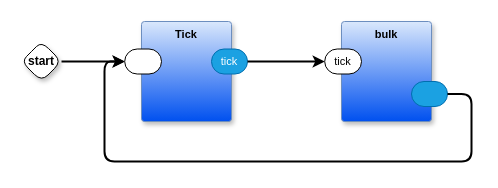
Above: page "main" (1 of 2) of larsen/scanner3/scanner3.drawio in guitarvydas/pong1d (draw.io), before the change. Source tidied: cells renumbered, new cells numbered last; positions are measured from the earlier drawing's top-left corner, leaving out a move shared by most shapes. Both pictures are drawn from the tidied source at 100%, with x=0, y=0 at pixel (21, 21).
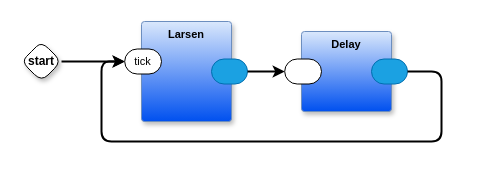
After the change.

Diff of the diagram source:
```diff
@@
 <mxGraphModel>
   <root>
     <mxCell id="0" />
     <mxCell id="1" parent="0" />
-    <mxCell id="2" style="edgeStyle=orthogonalEdgeStyle;rounded=1;jettySize=auto;html=1;exitX=1;exitY=0.5;exitDx=0;exitDy=0;exitPerimeter=0;strokeWidth=2;curved=0;" parent="1" edge="1" source="3" target="5">
+    <mxCell id="2" style="edgeStyle=orthogonalEdgeStyle;rounded=1;jettySize=auto;html=1;exitX=1;exitY=0.5;exitDx=0;exitDy=0;exitPerimeter=0;strokeWidth=2;curved=0;entryX=0;entryY=0.5;entryDx=0;entryDy=0;entryPerimeter=0;" parent="1" edge="1" source="3" target="8">
       <mxGeometry relative="1" as="geometry" />
     </mxCell>
     <mxCell id="3" value="start" style="rhombus;whiteSpace=wrap;html=1;rounded=1;fontStyle=1;glass=0;sketch=0;fontSize=12;points=[[0,0.5,0,0,0],[0.5,0,0,0,0],[0.5,1,0,0,0],[1,0.5,0,0,0]];shadow=1;fontFamily=Helvetica;fontColor=default;" parent="1" vertex="1">
       <mxGeometry y="20" width="40" height="40" as="geometry" />
     </mxCell>
-    <mxCell id="4" value="Tick" style="rounded=1;whiteSpace=wrap;html=1;verticalAlign=top;arcSize=6;fontStyle=1;absoluteArcSize=1;shadow=1;strokeColor=#6c8ebf;fillColor=#dae8fc;fontFamily=Helvetica;fontSize=11;gradientColor=#0050EF;fontColor=default;" parent="1" vertex="1">
-      <mxGeometry x="120" width="90" height="100" as="geometry" />
+    <mxCell id="4" value="Delay" style="rounded=1;whiteSpace=wrap;html=1;verticalAlign=top;arcSize=6;fontStyle=1;absoluteArcSize=1;shadow=1;strokeColor=#6c8ebf;fillColor=#dae8fc;fontFamily=Helvetica;fontSize=11;gradientColor=#0050EF;fontColor=default;" parent="1" vertex="1">
+      <mxGeometry x="280" y="10" width="90" height="80" as="geometry" />
     </mxCell>
     <mxCell id="5" style="rounded=1;whiteSpace=wrap;html=1;sketch=0;points=[[0,0.5,0,0,0],[1,0.5,0,0,0]];arcSize=50;fontFamily=Helvetica;fontSize=11;fontColor=default;" parent="4" vertex="1">
       <mxGeometry x="-16.8" y="27.5" width="36.8" height="25" as="geometry" />
     </mxCell>
-    <mxCell id="6" value="tick" style="rounded=1;whiteSpace=wrap;html=1;sketch=0;points=[[0,0.5,0,0,0],[1,0.5,0,0,0]];fillColor=#1ba1e2;fontColor=#ffffff;strokeColor=#006EAF;arcSize=50;fontFamily=Helvetica;fontSize=11;" parent="4" vertex="1">
+    <mxCell id="6" style="rounded=1;whiteSpace=wrap;html=1;sketch=0;points=[[0,0.5,0,0,0],[1,0.5,0,0,0]];fillColor=#1ba1e2;fontColor=#ffffff;strokeColor=#006EAF;arcSize=50;fontFamily=Helvetica;fontSize=11;" parent="4" vertex="1">
       <mxGeometry x="70" y="27.5" width="36" height="25" as="geometry" />
     </mxCell>
-    <mxCell id="7" value="bulk" style="rounded=1;whiteSpace=wrap;html=1;verticalAlign=top;arcSize=6;fontStyle=1;absoluteArcSize=1;shadow=1;strokeColor=#6c8ebf;fillColor=#dae8fc;fontFamily=Helvetica;fontSize=11;gradientColor=#0050EF;fontColor=default;" parent="1" vertex="1">
-      <mxGeometry x="320" width="90" height="100" as="geometry" />
+    <mxCell id="7" value="Larsen" style="rounded=1;whiteSpace=wrap;html=1;verticalAlign=top;arcSize=6;fontStyle=1;absoluteArcSize=1;shadow=1;strokeColor=#6c8ebf;fillColor=#dae8fc;fontFamily=Helvetica;fontSize=11;gradientColor=#0050EF;fontColor=default;" parent="1" vertex="1">
+      <mxGeometry x="120" width="90" height="100" as="geometry" />
     </mxCell>
     <mxCell id="8" value="tick" style="rounded=1;whiteSpace=wrap;html=1;sketch=0;points=[[0,0.5,0,0,0],[1,0.5,0,0,0]];arcSize=50;fontFamily=Helvetica;fontSize=11;fontColor=default;" parent="7" vertex="1">
       <mxGeometry x="-16.8" y="27.5" width="36.8" height="25" as="geometry" />
     </mxCell>
     <mxCell id="9" style="rounded=1;whiteSpace=wrap;html=1;sketch=0;points=[[0,0.5,0,0,0],[1,0.5,0,0,0]];fillColor=#1ba1e2;fontColor=#ffffff;strokeColor=#006EAF;arcSize=50;fontFamily=Helvetica;fontSize=11;" parent="7" vertex="1">
-      <mxGeometry x="70" y="60" width="36" height="25" as="geometry" />
+      <mxGeometry x="70" y="37.5" width="36" height="25" as="geometry" />
     </mxCell>
     <mxCell id="10" style="edgeStyle=orthogonalEdgeStyle;rounded=1;jettySize=auto;html=1;exitX=1;exitY=0.5;exitDx=0;exitDy=0;exitPerimeter=0;strokeWidth=2;curved=0;" parent="1" edge="1" source="6" target="8">
-      <mxGeometry relative="1" as="geometry" />
+      <mxGeometry relative="1" as="geometry">
+        <Array as="points">
+          <mxPoint x="420" y="50" />
+          <mxPoint x="420" y="120" />
+          <mxPoint x="80" y="120" />
+          <mxPoint x="80" y="40" />
+        </Array>
+      </mxGeometry>
     </mxCell>
     <mxCell id="11" style="edgeStyle=orthogonalEdgeStyle;rounded=1;jettySize=auto;html=1;exitX=1;exitY=0.5;exitDx=0;exitDy=0;exitPerimeter=0;entryX=0;entryY=0.5;entryDx=0;entryDy=0;entryPerimeter=0;curved=0;strokeWidth=2;" parent="1" edge="1" source="9" target="5">
-      <mxGeometry relative="1" as="geometry">
-        <Array as="points">
-          <mxPoint x="450" y="73" />
-          <mxPoint x="450" y="140" />
-          <mxPoint x="83" y="140" />
-          <mxPoint x="83" y="40" />
-        </Array>
-      </mxGeometry>
+      <mxGeometry relative="1" as="geometry" />
     </mxCell>
   </root>
 </mxGraphModel>
```
